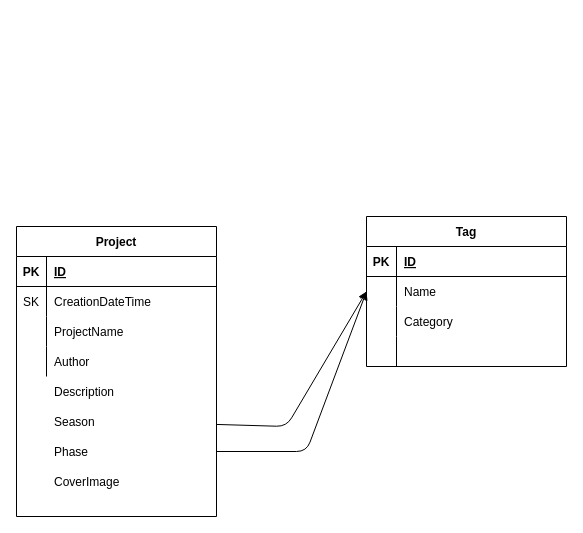
Earlier version of the draw.io diagram page "Data Model" (4 of 4) of .drawio/4d-adidas.drawio (jolo-dev/cdk-restapi-stack). Source tidied: cells renumbered, new cells numbered last; positions are measured from the earlier drawing's top-left corner, leaving out a move shared by most shapes. Both pictures are drawn from the tidied source at 100%, with x=0, y=0 at pixel (16, 216).
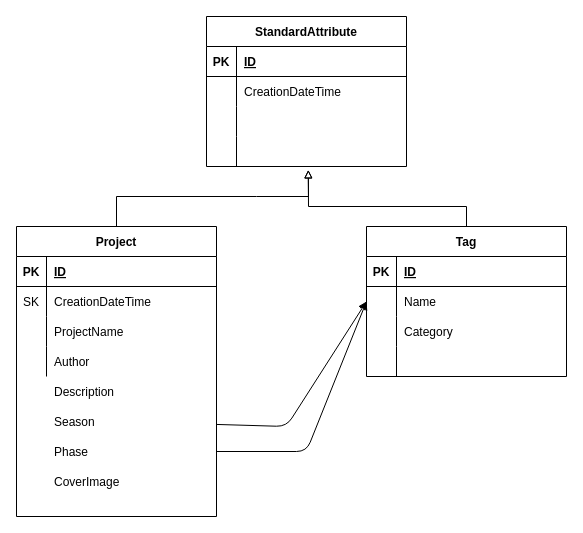
The same diagram, later.

Unchanged cells that the change refers to:
```xml
<mxCell id="2" value="Project" style="shape=table;startSize=30;childLayout=tableLayout;rowLines=0;fontStyle=1;align=center;" parent="1" vertex="1">
  <mxGeometry y="10" width="200" height="290" as="geometry" />
</mxCell>
<mxCell id="25" value="Tag" style="shape=table;startSize=30;childLayout=tableLayout;rowLines=0;fontStyle=1;align=center;" parent="24" vertex="1">
  <mxGeometry width="200" height="150" as="geometry" />
</mxCell>
```

What changed in the source:
```diff
@@
+    <mxCell id="41" style="edgeStyle=none;html=1;entryX=0.509;entryY=1.111;entryDx=0;entryDy=0;entryPerimeter=0;rounded=0;endArrow=block;endFill=0;" parent="1" edge="1" source="2" target="53">
+      <mxGeometry relative="1" as="geometry">
+        <Array as="points">
+          <mxPoint x="100" y="-20" />
+          <mxPoint x="240" y="-20" />
+          <mxPoint x="292" y="-20" />
+        </Array>
+      </mxGeometry>
+    </mxCell>
@@
     <mxCell id="24" style="group;" parent="1" vertex="1">
-      <mxGeometry x="350" width="200" height="150" as="geometry" />
+      <mxGeometry x="350" y="10" width="200" height="150" as="geometry" />
     </mxCell>
@@
+    <mxCell id="42" style="group;" parent="1" vertex="1">
+      <mxGeometry x="190" y="-200" width="200" height="150" as="geometry" />
+    </mxCell>
+    <mxCell id="43" value="StandardAttribute" style="shape=table;startSize=30;childLayout=tableLayout;rowLines=0;fontStyle=1;align=center;" parent="42" vertex="1">
+      <mxGeometry width="200" height="150" as="geometry" />
+    </mxCell>
+    <mxCell id="44" style="shape=partialRectangle;fillColor=none;top=0;left=0;bottom=1;right=0;" parent="43" vertex="1">
+      <mxGeometry y="30" width="200" height="30" as="geometry" />
+    </mxCell>
+    <mxCell id="45" value="PK" style="shape=partialRectangle;fillColor=none;top=0;left=0;bottom=0;right=0;fontStyle=1;overflow=hidden;" parent="44" vertex="1">
+      <mxGeometry width="30" height="30" as="geometry" />
+    </mxCell>
+    <mxCell id="46" value="ID" style="shape=partialRectangle;fillColor=none;top=0;left=0;bottom=0;right=0;align=left;spacingLeft=6;fontStyle=5;overflow=hidden;" parent="44" vertex="1">
+      <mxGeometry x="30" width="170" height="30" as="geometry" />
+    </mxCell>
+    <mxCell id="47" style="shape=partialRectangle;fillColor=none;top=0;left=0;bottom=0;right=0;" parent="43" vertex="1">
+      <mxGeometry y="60" width="200" height="30" as="geometry" />
+    </mxCell>
+    <mxCell id="48" style="shape=partialRectangle;fillColor=none;top=0;left=0;bottom=0;right=0;overflow=hidden;" parent="47" vertex="1">
+      <mxGeometry width="30" height="30" as="geometry" />
+    </mxCell>
+    <mxCell id="49" value="CreationDateTime" style="shape=partialRectangle;fillColor=none;top=0;left=0;bottom=0;right=0;align=left;spacingLeft=6;overflow=hidden;" parent="47" vertex="1">
+      <mxGeometry x="30" width="170" height="30" as="geometry" />
+    </mxCell>
+    <mxCell id="50" style="shape=partialRectangle;fillColor=none;top=0;left=0;bottom=0;right=0;" parent="43" vertex="1">
+      <mxGeometry y="90" width="200" height="30" as="geometry" />
+    </mxCell>
+    <mxCell id="51" style="shape=partialRectangle;fillColor=none;top=0;left=0;bottom=0;right=0;overflow=hidden;" parent="50" vertex="1">
+      <mxGeometry width="30" height="30" as="geometry" />
+    </mxCell>
+    <mxCell id="52" style="shape=partialRectangle;fillColor=none;top=0;left=0;bottom=0;right=0;align=left;spacingLeft=6;overflow=hidden;" parent="50" vertex="1">
+      <mxGeometry x="30" width="170" height="30" as="geometry" />
+    </mxCell>
+    <mxCell id="53" style="shape=partialRectangle;fillColor=none;top=0;left=0;bottom=0;right=0;points=[[0,0.5],[1,0.5]];portConstraint=eastwest;" parent="43" vertex="1">
+      <mxGeometry y="120" width="200" height="30" as="geometry" />
+    </mxCell>
+    <mxCell id="54" style="shape=partialRectangle;fillColor=none;top=0;left=0;bottom=0;right=0;overflow=hidden;" parent="53" vertex="1">
+      <mxGeometry width="30" height="30" as="geometry" />
+    </mxCell>
+    <mxCell id="55" style="shape=partialRectangle;fillColor=none;top=0;left=0;bottom=0;right=0;align=left;spacingLeft=6;overflow=hidden;" parent="53" vertex="1">
+      <mxGeometry x="30" width="170" height="30" as="geometry" />
+    </mxCell>
+    <mxCell id="56" style="edgeStyle=none;rounded=0;html=1;entryX=0.509;entryY=1.117;entryDx=0;entryDy=0;entryPerimeter=0;endArrow=block;endFill=0;" parent="1" edge="1" source="25" target="53">
+      <mxGeometry relative="1" as="geometry">
+        <Array as="points">
+          <mxPoint x="450" y="-10" />
+          <mxPoint x="292" y="-10" />
+        </Array>
+      </mxGeometry>
+    </mxCell>
```
